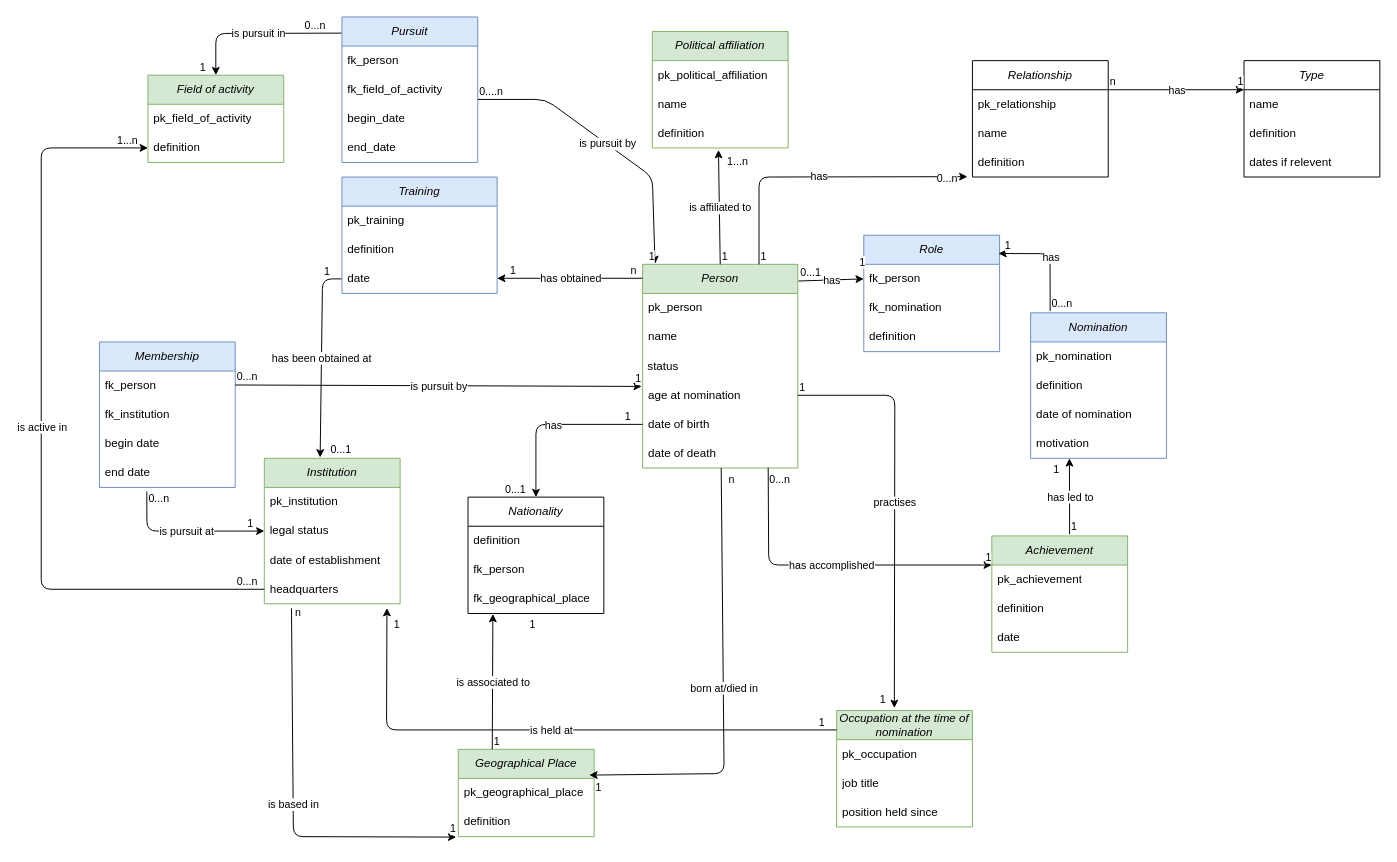
Above: Documentation/MCD_to_database_nobel_prize.drawio in cattina2/nobel_peace_prize (draw.io), before the change. Source tidied: cells renumbered, new cells numbered last; positions are measured from the earlier drawing's top-left corner, leaving out a move shared by most shapes. Both pictures are drawn from the tidied source at 97%, with x=0, y=0 at pixel (41, 16).
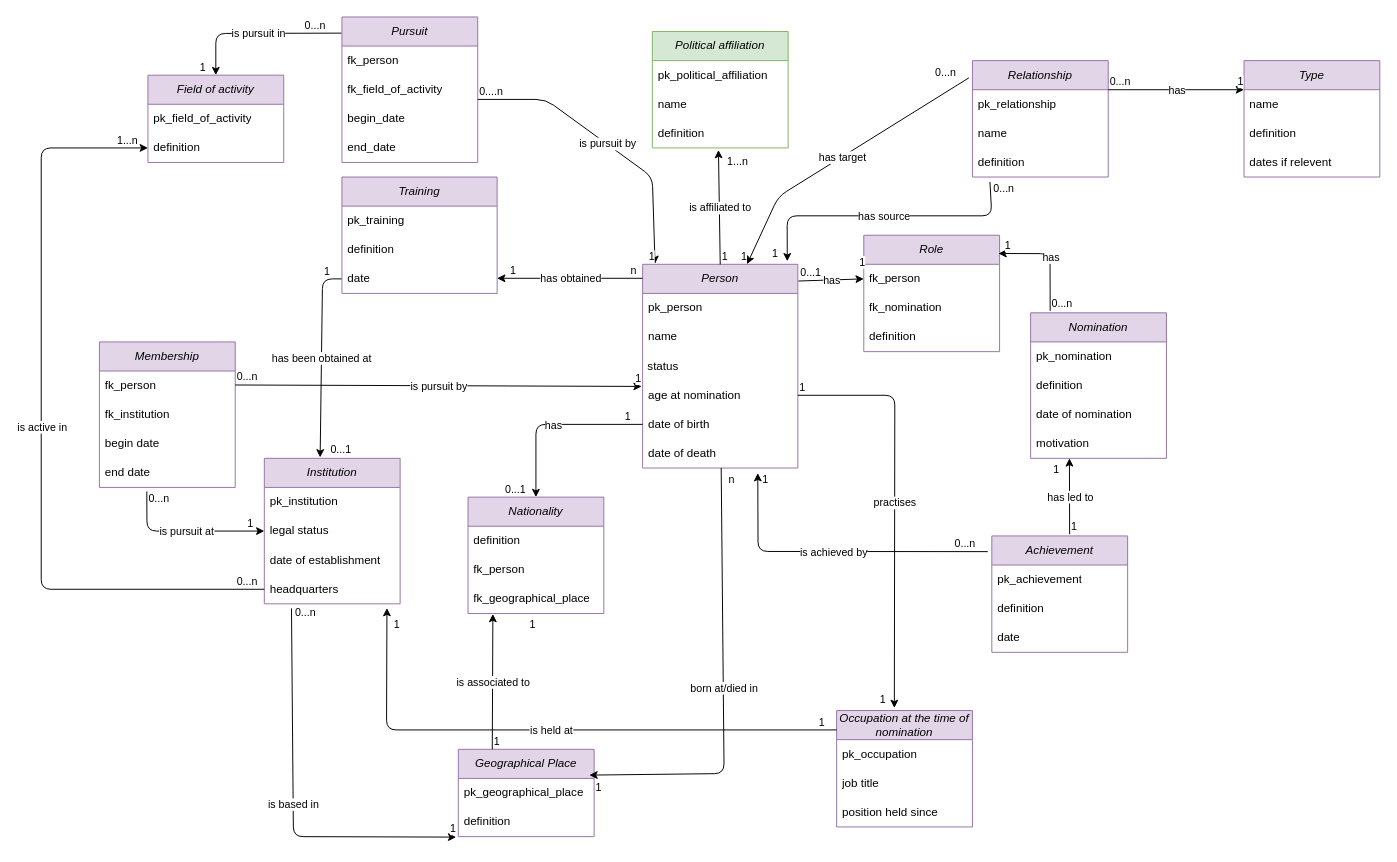
The same page after the edit.

Unchanged cells that the change refers to:
```xml
<mxCell id="8" value="date of death" style="text;strokeColor=none;fillColor=none;align=left;verticalAlign=middle;spacingLeft=4;spacingRight=4;overflow=hidden;points=[[0,0.5],[1,0.5]];portConstraint=eastwest;whiteSpace=wrap;html=1;" parent="2" vertex="1">
  <mxGeometry y="180" width="160" height="30" as="geometry" />
</mxCell>
<mxCell id="36" value="definition" style="text;strokeColor=none;fillColor=none;align=left;verticalAlign=middle;spacingLeft=4;spacingRight=4;overflow=hidden;points=[[0,0.5],[1,0.5]];portConstraint=eastwest;whiteSpace=wrap;html=1;" parent="33" vertex="1">
  <mxGeometry y="90" width="140" height="30" as="geometry" />
</mxCell>
<mxCell id="53" style="endArrow=classic;html=1;exitX=1;exitY=0.25;exitDx=0;exitDy=0;entryX=0;entryY=0.25;entryDx=0;entryDy=0;" parent="1" edge="1" source="33" target="49">
  <mxGeometry relative="1" as="geometry" />
</mxCell>
<mxCell id="94" style="endArrow=classic;html=1;exitX=0.2;exitY=1.156;exitDx=0;exitDy=0;exitPerimeter=0;entryX=-0.016;entryY=0.015;entryDx=0;entryDy=0;entryPerimeter=0;" parent="1" edge="1" source="18">
  <mxGeometry relative="1" as="geometry">
    <mxPoint x="427.8" y="845.5" as="targetPoint" />
    <Array as="points">
      <mxPoint x="260" y="845" />
    </Array>
  </mxGeometry>
</mxCell>
```

The edit, as a diff of the source:
```diff
@@
-    <mxCell id="2" value="&lt;i&gt;Person&lt;/i&gt;" style="swimlane;fontStyle=0;horizontal=1;startSize=30;whiteSpace=wrap;html=1;fillColor=#d5e8d4;strokeColor=#82b366;" parent="1" vertex="1">
+    <mxCell id="2" value="&lt;i&gt;Person&lt;/i&gt;" style="swimlane;fontStyle=0;horizontal=1;startSize=30;whiteSpace=wrap;html=1;fillColor=#e1d5e7;strokeColor=#9673a6;" parent="1" vertex="1">
       <mxGeometry x="620" y="255" width="160" height="210" as="geometry" />
     </mxCell>
@@
-    <mxCell id="9" value="&lt;i&gt;Nomination&lt;/i&gt;" style="swimlane;fontStyle=0;horizontal=1;startSize=30;whiteSpace=wrap;html=1;fillColor=#dae8fc;strokeColor=#6c8ebf;" parent="1" vertex="1">
+    <mxCell id="9" value="&lt;i&gt;Nomination&lt;/i&gt;" style="swimlane;fontStyle=0;horizontal=1;startSize=30;whiteSpace=wrap;html=1;fillColor=#e1d5e7;strokeColor=#9673a6;" parent="1" vertex="1">
       <mxGeometry x="1020" y="305" width="140" height="150" as="geometry" />
     </mxCell>
@@
-    <mxCell id="14" value="&lt;i&gt;Institution&lt;/i&gt;" style="swimlane;fontStyle=0;horizontal=1;startSize=30;whiteSpace=wrap;html=1;fillColor=#d5e8d4;strokeColor=#82b366;" parent="1" vertex="1">
+    <mxCell id="14" value="&lt;i&gt;Institution&lt;/i&gt;" style="swimlane;fontStyle=0;horizontal=1;startSize=30;whiteSpace=wrap;html=1;fillColor=#e1d5e7;strokeColor=#9673a6;" parent="1" vertex="1">
       <mxGeometry x="230" y="455" width="140" height="150" as="geometry" />
     </mxCell>
@@
-    <mxCell id="19" value="&lt;i&gt;Geographical Place&lt;/i&gt;" style="swimlane;fontStyle=0;horizontal=1;startSize=30;whiteSpace=wrap;html=1;fillColor=#d5e8d4;strokeColor=#82b366;" parent="1" vertex="1">
+    <mxCell id="19" value="&lt;i&gt;Geographical Place&lt;/i&gt;" style="swimlane;fontStyle=0;horizontal=1;startSize=30;whiteSpace=wrap;html=1;fillColor=#e1d5e7;strokeColor=#9673a6;" parent="1" vertex="1">
       <mxGeometry x="430" y="755" width="140" height="90" as="geometry" />
     </mxCell>
@@
-    <mxCell id="22" value="Occupation at the time of nomination" style="swimlane;fontStyle=2;horizontal=1;startSize=30;whiteSpace=wrap;html=1;fillColor=#d5e8d4;strokeColor=#82b366;" parent="1" vertex="1">
+    <mxCell id="22" value="Occupation at the time of nomination" style="swimlane;fontStyle=2;horizontal=1;startSize=30;whiteSpace=wrap;html=1;fillColor=#e1d5e7;strokeColor=#9673a6;" parent="1" vertex="1">
       <mxGeometry x="820" y="715" width="140" height="120" as="geometry" />
     </mxCell>
@@
-    <mxCell id="26" value="Field of activity" style="swimlane;fontStyle=2;horizontal=1;startSize=30;whiteSpace=wrap;html=1;fillColor=#d5e8d4;strokeColor=#82b366;" parent="1" vertex="1">
+    <mxCell id="26" value="Field of activity" style="swimlane;fontStyle=2;horizontal=1;startSize=30;whiteSpace=wrap;html=1;fillColor=#e1d5e7;strokeColor=#9673a6;" parent="1" vertex="1">
       <mxGeometry x="110" y="60" width="140" height="90" as="geometry" />
     </mxCell>
@@
-    <mxCell id="33" value="&lt;i&gt;Relationship&lt;/i&gt;" style="swimlane;fontStyle=0;horizontal=1;startSize=30;whiteSpace=wrap;html=1;" parent="1" vertex="1">
+    <mxCell id="33" value="&lt;i&gt;Relationship&lt;/i&gt;" style="swimlane;fontStyle=0;horizontal=1;startSize=30;whiteSpace=wrap;html=1;fillColor=#e1d5e7;strokeColor=#9673a6;" parent="1" vertex="1">
       <mxGeometry x="960" y="45" width="140" height="120" as="geometry" />
     </mxCell>
@@
-    <mxCell id="37" value="Achievement" style="swimlane;fontStyle=2;horizontal=1;startSize=30;whiteSpace=wrap;html=1;fillColor=#d5e8d4;strokeColor=#82b366;" parent="1" vertex="1">
+    <mxCell id="37" value="Achievement" style="swimlane;fontStyle=2;horizontal=1;startSize=30;whiteSpace=wrap;html=1;fillColor=#e1d5e7;strokeColor=#9673a6;" parent="1" vertex="1">
       <mxGeometry x="980" y="535" width="140" height="120" as="geometry" />
     </mxCell>
@@
-    <mxCell id="45" value="&lt;i&gt;Role&lt;/i&gt;" style="swimlane;fontStyle=0;horizontal=1;startSize=30;whiteSpace=wrap;html=1;fillColor=#dae8fc;strokeColor=#6c8ebf;" parent="1" vertex="1">
+    <mxCell id="45" value="&lt;i&gt;Role&lt;/i&gt;" style="swimlane;fontStyle=0;horizontal=1;startSize=30;whiteSpace=wrap;html=1;fillColor=#e1d5e7;strokeColor=#9673a6;" parent="1" vertex="1">
       <mxGeometry x="848" y="225" width="140" height="120" as="geometry" />
     </mxCell>
@@
-    <mxCell id="49" value="&lt;i&gt;Type&lt;/i&gt;" style="swimlane;fontStyle=0;horizontal=1;startSize=30;whiteSpace=wrap;html=1;" parent="1" vertex="1">
+    <mxCell id="49" value="&lt;i&gt;Type&lt;/i&gt;" style="swimlane;fontStyle=0;horizontal=1;startSize=30;whiteSpace=wrap;html=1;fillColor=#e1d5e7;strokeColor=#9673a6;" parent="1" vertex="1">
       <mxGeometry x="1240" y="45" width="140" height="120" as="geometry" />
     </mxCell>
@@
-    <mxCell id="55" value="n" style="edgeLabel;html=1;align=left;verticalAlign=bottom;" parent="53" vertex="1">
+    <mxCell id="55" value="0...n" style="edgeLabel;html=1;align=left;verticalAlign=bottom;" parent="53" vertex="1">
       <mxGeometry x="-1" relative="1" as="geometry" />
     </mxCell>
@@
-    <mxCell id="57" value="Membership" style="swimlane;fontStyle=2;horizontal=1;startSize=30;whiteSpace=wrap;html=1;fillColor=#dae8fc;strokeColor=#6c8ebf;" parent="1" vertex="1">
+    <mxCell id="57" value="Membership" style="swimlane;fontStyle=2;horizontal=1;startSize=30;whiteSpace=wrap;html=1;fillColor=#e1d5e7;strokeColor=#9673a6;" parent="1" vertex="1">
       <mxGeometry x="60" y="335" width="140" height="150" as="geometry" />
     </mxCell>
@@
-    <mxCell id="90" style="endArrow=classic;html=1;exitX=0.75;exitY=0;exitDx=0;exitDy=0;entryX=-0.037;entryY=0.988;entryDx=0;entryDy=0;entryPerimeter=0;" parent="1" edge="1" source="2" target="36">
-      <mxGeometry relative="1" as="geometry">
-        <Array as="points">
-          <mxPoint x="740" y="165" />
-        </Array>
-      </mxGeometry>
-    </mxCell>
-    <mxCell id="91" value="has" style="edgeLabel;html=1;align=center;verticalAlign=middle;" parent="90" vertex="1">
-      <mxGeometry relative="1" as="geometry" />
-    </mxCell>
-    <mxCell id="92" value="1" style="edgeLabel;html=1;align=left;verticalAlign=bottom;" parent="90" vertex="1">
-      <mxGeometry x="-1" relative="1" as="geometry" />
-    </mxCell>
-    <mxCell id="93" value="0...n" style="edgeLabel;html=1;align=right;verticalAlign=bottom;" parent="90" vertex="1">
-      <mxGeometry x="1" relative="1" as="geometry">
-        <mxPoint x="-10" y="10" as="offset" />
-      </mxGeometry>
-    </mxCell>
@@
-    <mxCell id="96" value="n" style="edgeLabel;html=1;align=left;verticalAlign=bottom;" parent="94" vertex="1">
+    <mxCell id="96" value="0...n" style="edgeLabel;html=1;align=left;verticalAlign=bottom;" parent="94" vertex="1">
       <mxGeometry x="-1" relative="1" as="geometry">
         <mxPoint x="2" y="12" as="offset" />
       </mxGeometry>
     </mxCell>
@@
-    <mxCell id="98" value="Training" style="swimlane;fontStyle=2;horizontal=1;startSize=30;whiteSpace=wrap;html=1;fillColor=#dae8fc;strokeColor=#6c8ebf;" parent="1" vertex="1">
+    <mxCell id="98" value="Training" style="swimlane;fontStyle=2;horizontal=1;startSize=30;whiteSpace=wrap;html=1;fillColor=#e1d5e7;strokeColor=#9673a6;" parent="1" vertex="1">
       <mxGeometry x="310" y="165" width="160" height="120" as="geometry" />
     </mxCell>
@@
-    <mxCell id="106" value="&lt;i&gt;Pursuit&lt;/i&gt;" style="swimlane;fontStyle=0;horizontal=1;startSize=30;whiteSpace=wrap;html=1;fillColor=#dae8fc;strokeColor=#6c8ebf;" parent="1" vertex="1">
+    <mxCell id="106" value="&lt;i&gt;Pursuit&lt;/i&gt;" style="swimlane;fontStyle=0;horizontal=1;startSize=30;whiteSpace=wrap;html=1;fillColor=#e1d5e7;strokeColor=#9673a6;" parent="1" vertex="1">
       <mxGeometry x="310" width="140" height="150" as="geometry" />
     </mxCell>
@@
-    <mxCell id="127" style="endArrow=classic;html=1;exitX=0.809;exitY=0.986;exitDx=0;exitDy=0;exitPerimeter=0;entryX=0;entryY=0.25;entryDx=0;entryDy=0;" parent="1" edge="1" source="8" target="37">
-      <mxGeometry relative="1" as="geometry">
-        <Array as="points">
-          <mxPoint x="750" y="565" />
-        </Array>
-      </mxGeometry>
-    </mxCell>
-    <mxCell id="128" value="has accomplished" style="edgeLabel;html=1;align=center;verticalAlign=middle;" parent="127" vertex="1">
-      <mxGeometry relative="1" as="geometry" />
-    </mxCell>
-    <mxCell id="129" value="0...n" style="edgeLabel;html=1;align=left;verticalAlign=bottom;" parent="127" vertex="1">
-      <mxGeometry x="-1" relative="1" as="geometry">
-        <mxPoint y="20" as="offset" />
-      </mxGeometry>
-    </mxCell>
-    <mxCell id="130" value="1" style="edgeLabel;html=1;align=right;verticalAlign=bottom;" parent="127" vertex="1">
-      <mxGeometry x="1" relative="1" as="geometry" />
-    </mxCell>
@@
-    <mxCell id="135" value="&lt;i&gt;Nationality&lt;/i&gt;" style="swimlane;fontStyle=0;horizontal=1;startSize=30;whiteSpace=wrap;html=1;" parent="1" vertex="1">
+    <mxCell id="135" value="&lt;i&gt;Nationality&lt;/i&gt;" style="swimlane;fontStyle=0;horizontal=1;startSize=30;whiteSpace=wrap;html=1;fillColor=#e1d5e7;strokeColor=#9673a6;" parent="1" vertex="1">
       <mxGeometry x="440" y="495" width="140" height="120" as="geometry" />
     </mxCell>
@@
+    <mxCell id="147" style="endArrow=classic;html=1;exitX=0.129;exitY=1.169;exitDx=0;exitDy=0;exitPerimeter=0;entryX=0.932;entryY=-0.015;entryDx=0;entryDy=0;entryPerimeter=0;" parent="1" edge="1" source="36" target="2">
+      <mxGeometry relative="1" as="geometry">
+        <Array as="points">
+          <mxPoint x="980" y="205" />
+          <mxPoint x="769" y="205" />
+        </Array>
+      </mxGeometry>
+    </mxCell>
+    <mxCell id="148" value="has source" style="edgeLabel;html=1;align=center;verticalAlign=middle;" parent="147" vertex="1">
+      <mxGeometry relative="1" as="geometry" />
+    </mxCell>
+    <mxCell id="149" value="0...n" style="edgeLabel;html=1;align=left;verticalAlign=bottom;" parent="147" vertex="1">
+      <mxGeometry x="-1" relative="1" as="geometry">
+        <mxPoint x="2" y="15" as="offset" />
+      </mxGeometry>
+    </mxCell>
+    <mxCell id="150" value="1" style="edgeLabel;html=1;align=right;verticalAlign=bottom;" parent="147" vertex="1">
+      <mxGeometry x="1" relative="1" as="geometry">
+        <mxPoint x="-9" as="offset" />
+      </mxGeometry>
+    </mxCell>
+    <mxCell id="151" style="endArrow=classic;html=1;exitX=-0.026;exitY=0.148;exitDx=0;exitDy=0;exitPerimeter=0;entryX=0.673;entryY=-0.001;entryDx=0;entryDy=0;entryPerimeter=0;" parent="1" edge="1" source="33" target="2">
+      <mxGeometry relative="1" as="geometry">
+        <Array as="points">
+          <mxPoint x="760" y="185" />
+        </Array>
+      </mxGeometry>
+    </mxCell>
+    <mxCell id="152" value="has target" style="edgeLabel;html=1;align=center;verticalAlign=middle;" parent="151" vertex="1">
+      <mxGeometry relative="1" as="geometry" />
+    </mxCell>
+    <mxCell id="153" value="0...n" style="edgeLabel;html=1;align=left;verticalAlign=bottom;" parent="151" vertex="1">
+      <mxGeometry x="-1" relative="1" as="geometry">
+        <mxPoint x="-36" y="2" as="offset" />
+      </mxGeometry>
+    </mxCell>
+    <mxCell id="154" value="1" style="edgeLabel;html=1;align=right;verticalAlign=bottom;" parent="151" vertex="1">
+      <mxGeometry x="1" relative="1" as="geometry" />
+    </mxCell>
+    <mxCell id="155" style="endArrow=classic;html=1;exitX=-0.03;exitY=0.135;exitDx=0;exitDy=0;exitPerimeter=0;entryX=0.742;entryY=1.176;entryDx=0;entryDy=0;entryPerimeter=0;" parent="1" edge="1" source="37" target="8">
+      <mxGeometry relative="1" as="geometry">
+        <Array as="points">
+          <mxPoint x="739" y="551" />
+        </Array>
+      </mxGeometry>
+    </mxCell>
+    <mxCell id="156" value="is achieved by" style="edgeLabel;html=1;align=center;verticalAlign=middle;" parent="155" vertex="1">
+      <mxGeometry relative="1" as="geometry" />
+    </mxCell>
+    <mxCell id="157" value="0...n" style="edgeLabel;html=1;align=left;verticalAlign=bottom;" parent="155" vertex="1">
+      <mxGeometry x="-1" relative="1" as="geometry">
+        <mxPoint x="-36" as="offset" />
+      </mxGeometry>
+    </mxCell>
+    <mxCell id="158" value="1" style="edgeLabel;html=1;align=right;verticalAlign=bottom;" parent="155" vertex="1">
+      <mxGeometry x="1" relative="1" as="geometry">
+        <mxPoint x="11" y="15" as="offset" />
+      </mxGeometry>
+    </mxCell>
```
